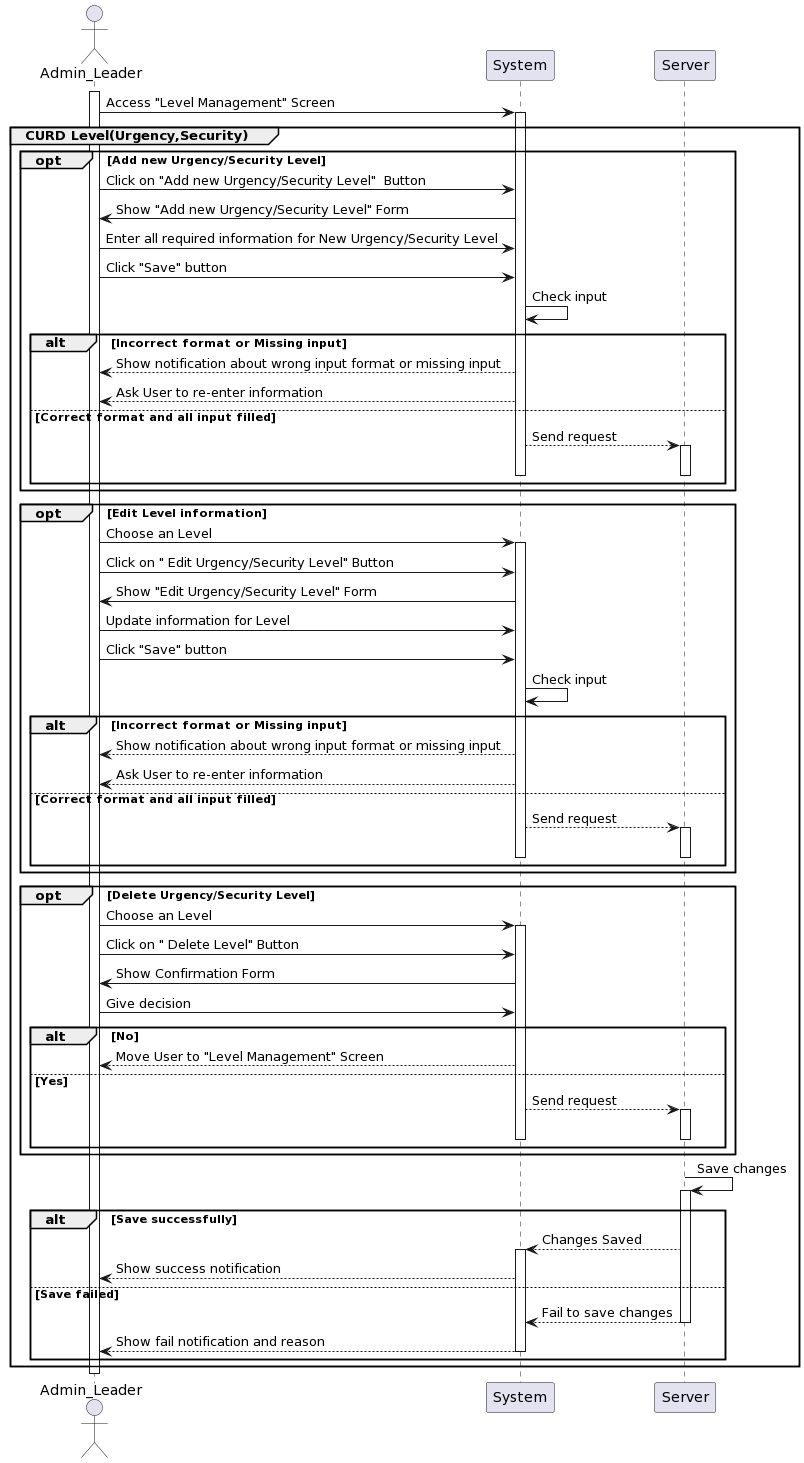
Before: Lab1/Lab1.2/SequenceDiagram/SystemManagement/LevelManagement/LevelManagement_SequenceDiagram.png, a diagram exported from PlantUML (khoapham1003/SE357-Pratice-class).
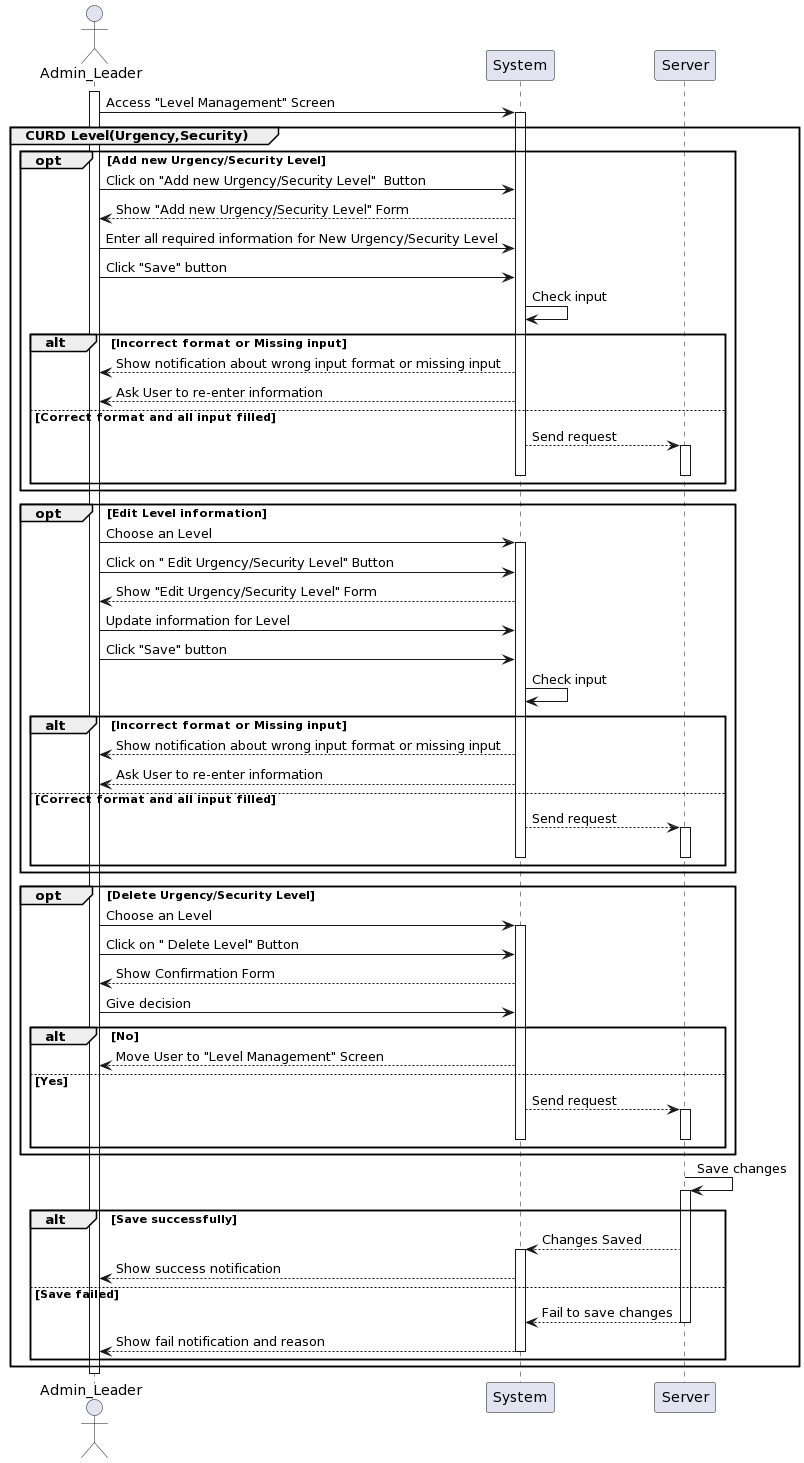
Later version of the same file.

Change to the diagram source:
```diff
@@ -11,7 +11,7 @@
 
 opt Add new Urgency/Security Level
     User -> System: Click on "Add new Urgency/Security Level"  Button
-    System -> User: Show "Add new Urgency/Security Level" Form
+    System --> User: Show "Add new Urgency/Security Level" Form
     User -> System: Enter all required information for New Urgency/Security Level
     User -> System: Click "Save" button
     System -> System: Check input
@@ -31,7 +31,7 @@
     User -> System: Choose an Level
 activate System
     User -> System: Click on " Edit Urgency/Security Level" Button
-    System -> User: Show "Edit Urgency/Security Level" Form
+    System --> User: Show "Edit Urgency/Security Level" Form
     User -> System: Update information for Level
     User -> System: Click "Save" button
     System -> System: Check input
@@ -50,7 +50,7 @@
     User -> System: Choose an Level
 activate System
     User -> System: Click on " Delete Level" Button
-    System -> User: Show Confirmation Form
+    System --> User: Show Confirmation Form
     User -> System: Give decision
     alt No
         System--> User: Move User to "Level Management" Screen
```
